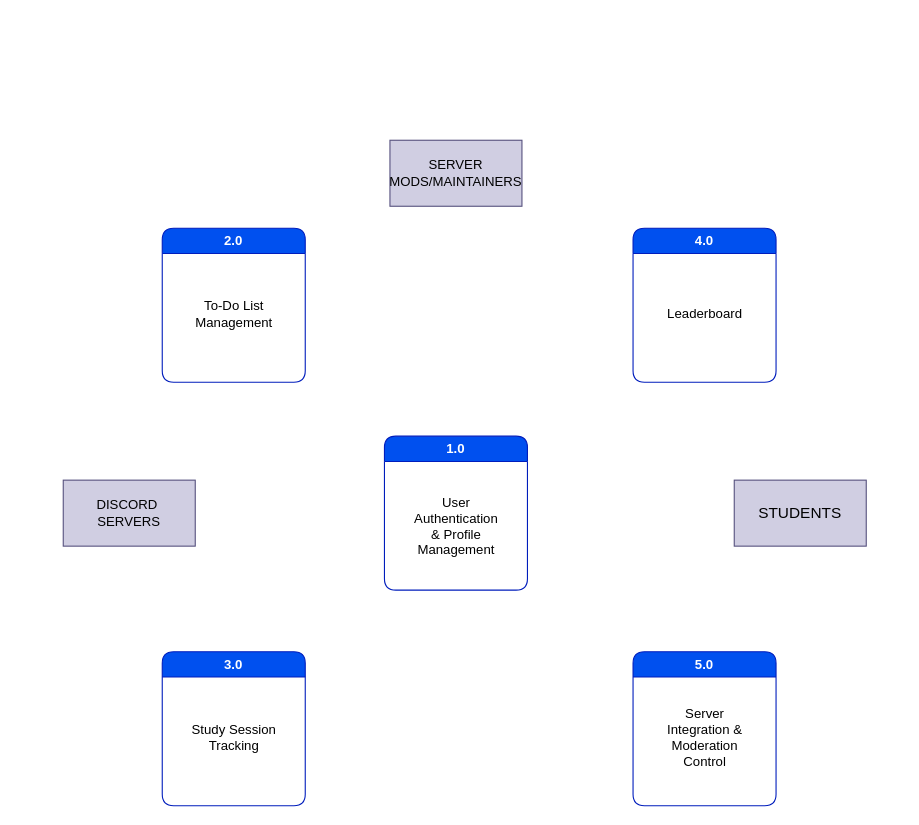
This is page "Level 0" (2 of 2) of Proactify Context Diagram.drawio from gordonn/proactify-study, a draw.io file, before an edit. Source tidied: cells renumbered, new cells numbered last; positions are measured from the earlier drawing's top-left corner, leaving out a move shared by most shapes. Both pictures are drawn from the tidied source at 110%, with x=0, y=0 at pixel (63, 140).
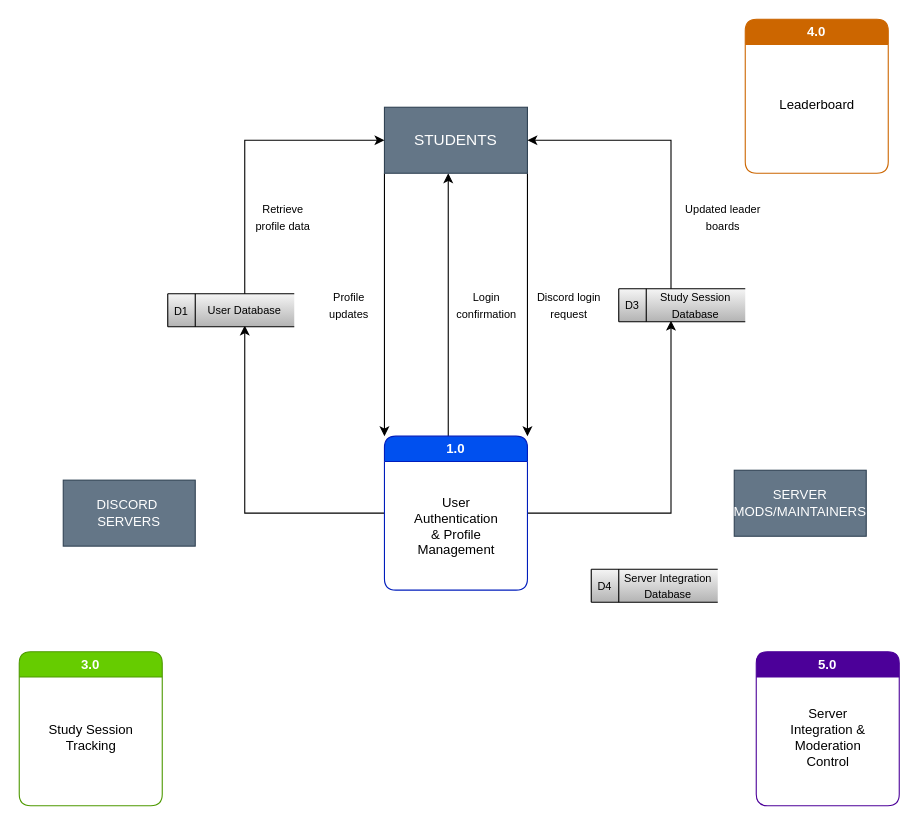
The same page after the edit.

The change refers to these unchanged cells:
```xml
<mxCell id="2" value="&lt;div&gt;1.0&lt;/div&gt;" style="swimlane;whiteSpace=wrap;html=1;rounded=1;fillColor=#0050ef;strokeColor=#001DBC;fontColor=#ffffff;" parent="1" vertex="1">
  <mxGeometry x="292" y="269" width="130" height="140" as="geometry" />
</mxCell>
```

Change to the diagram source:
```diff
@@
+    <mxCell id="15" style="edgeStyle=orthogonalEdgeStyle;rounded=0;jettySize=auto;html=1;exitX=0;exitY=0.5;exitDx=0;exitDy=0;entryX=0.5;entryY=1;entryDx=0;entryDy=0;" parent="1" edge="1" source="2" target="29">
+      <mxGeometry relative="1" as="geometry" />
+    </mxCell>
+    <mxCell id="16" style="edgeStyle=orthogonalEdgeStyle;rounded=0;jettySize=auto;html=1;exitX=1;exitY=0.5;exitDx=0;exitDy=0;entryX=0.25;entryY=1;entryDx=0;entryDy=0;" parent="1" edge="1" source="2" target="37">
+      <mxGeometry relative="1" as="geometry" />
+    </mxCell>
+    <mxCell id="17" style="edgeStyle=orthogonalEdgeStyle;rounded=0;orthogonalLoop=1;jettySize=auto;html=1;exitX=0.5;exitY=0;exitDx=0;exitDy=0;entryX=0.5;entryY=1;entryDx=0;entryDy=0;" parent="1" edge="1">
+      <mxGeometry relative="1" as="geometry">
+        <mxPoint x="350" y="269" as="sourcePoint" />
+        <mxPoint x="350" y="30" as="targetPoint" />
+      </mxGeometry>
+    </mxCell>
@@
-    <mxCell id="4" value="&lt;div&gt;2.0&lt;/div&gt;" style="swimlane;whiteSpace=wrap;html=1;rounded=1;fillColor=light-dark(#0050EF,#FF6666);strokeColor=light-dark(#001DBC,#FF6666);fontColor=#ffffff;" parent="1" vertex="1">
-      <mxGeometry x="90" y="80" width="130" height="140" as="geometry" />
-    </mxCell>
-    <mxCell id="5" value="To-Do List Management" style="text;html=1;whiteSpace=wrap;strokeColor=none;fillColor=none;align=center;verticalAlign=middle;rounded=0;" parent="4" vertex="1">
-      <mxGeometry x="22.5" y="48" width="85" height="59" as="geometry" />
-    </mxCell>
-    <mxCell id="6" value="&lt;div&gt;3.0&lt;/div&gt;" style="swimlane;whiteSpace=wrap;html=1;rounded=1;fillColor=light-dark(#0050EF,#99FF99);strokeColor=light-dark(#001DBC,#99FF99);fontColor=#ffffff;startSize=23;" parent="1" vertex="1">
-      <mxGeometry x="90" y="465" width="130" height="140" as="geometry" />
+    <mxCell id="6" value="&lt;div&gt;3.0&lt;/div&gt;" style="swimlane;whiteSpace=wrap;html=1;rounded=1;fillColor=light-dark(#66CC00,#99FF99);strokeColor=light-dark(#4D9900,#99FF99);fontColor=#ffffff;startSize=23;" parent="1" vertex="1">
+      <mxGeometry x="-40" y="465" width="130" height="140" as="geometry" />
     </mxCell>
@@
-    <mxCell id="8" value="&lt;div&gt;4.0&lt;/div&gt;" style="swimlane;whiteSpace=wrap;html=1;rounded=1;fillColor=light-dark(#0050EF,#CC99FF);strokeColor=light-dark(#001DBC,#CC99FF);fontColor=#ffffff;startSize=23;" parent="1" vertex="1">
-      <mxGeometry x="518" y="80" width="130" height="140" as="geometry" />
+    <mxCell id="8" value="&lt;div&gt;4.0&lt;/div&gt;" style="swimlane;whiteSpace=wrap;html=1;rounded=1;fillColor=light-dark(#CC6600,#CC99FF);strokeColor=light-dark(#CC6600,#CC99FF);fontColor=#ffffff;startSize=23;" parent="1" vertex="1">
+      <mxGeometry x="620" y="-110" width="130" height="140" as="geometry" />
     </mxCell>
@@
-    <mxCell id="10" value="&lt;div&gt;5.0&lt;/div&gt;" style="swimlane;whiteSpace=wrap;html=1;rounded=1;fillColor=light-dark(#0050EF,#FFFF99);strokeColor=light-dark(#001DBC,#FFFF99);fontColor=#ffffff;startSize=23;" parent="1" vertex="1">
-      <mxGeometry x="518" y="465" width="130" height="140" as="geometry" />
+    <mxCell id="10" value="&lt;div&gt;5.0&lt;/div&gt;" style="swimlane;whiteSpace=wrap;html=1;rounded=1;fillColor=light-dark(#4C0099,#FFFF99);strokeColor=light-dark(#4C0099,#FFFF99);fontColor=#ffffff;startSize=23;" parent="1" vertex="1">
+      <mxGeometry x="630" y="465" width="130" height="140" as="geometry" />
     </mxCell>
@@
+    <mxCell id="18" style="edgeStyle=orthogonalEdgeStyle;rounded=0;jettySize=auto;html=1;exitX=1;exitY=1;exitDx=0;exitDy=0;entryX=1;entryY=0;entryDx=0;entryDy=0;" parent="1" edge="1" source="12" target="2">
+      <mxGeometry relative="1" as="geometry" />
+    </mxCell>
+    <mxCell id="19" style="edgeStyle=orthogonalEdgeStyle;rounded=0;jettySize=auto;html=1;exitX=0;exitY=1;exitDx=0;exitDy=0;entryX=0;entryY=0;entryDx=0;entryDy=0;" parent="1" edge="1" source="12" target="2">
+      <mxGeometry relative="1" as="geometry" />
+    </mxCell>
-    <mxCell id="12" value="&lt;font style=&quot;font-size: 14px;&quot;&gt;STUDENTS&lt;/font&gt;" style="rounded=0;whiteSpace=wrap;html=1;fillColor=#d0cee2;strokeColor=#56517e;" parent="1" vertex="1">
-      <mxGeometry x="610" y="309" width="120" height="60" as="geometry" />
+    <mxCell id="12" value="&lt;font style=&quot;font-size: 14px;&quot;&gt;STUDENTS&lt;/font&gt;" style="rounded=0;whiteSpace=wrap;html=1;fillColor=#647687;strokeColor=#314354;fontColor=#ffffff;" parent="1" vertex="1">
+      <mxGeometry x="292" y="-30" width="130" height="60" as="geometry" />
     </mxCell>
-    <mxCell id="13" value="SERVER MODS/MAINTAINERS" style="rounded=0;whiteSpace=wrap;html=1;fillColor=#d0cee2;strokeColor=#56517e;" parent="1" vertex="1">
-      <mxGeometry x="297" width="120" height="60" as="geometry" />
+    <mxCell id="13" value="SERVER MODS/MAINTAINERS" style="rounded=0;whiteSpace=wrap;html=1;fillColor=#647687;strokeColor=#314354;fontColor=#ffffff;" parent="1" vertex="1">
+      <mxGeometry x="610" y="300" width="120" height="60" as="geometry" />
     </mxCell>
-    <mxCell id="14" value="&lt;div&gt;DISCORD&amp;nbsp;&lt;/div&gt;&lt;div&gt;SERVERS&lt;/div&gt;" style="rounded=0;whiteSpace=wrap;html=1;fillColor=#d0cee2;strokeColor=#56517e;" parent="1" vertex="1">
+    <mxCell id="14" value="&lt;div&gt;DISCORD&amp;nbsp;&lt;/div&gt;&lt;div&gt;SERVERS&lt;/div&gt;" style="rounded=0;whiteSpace=wrap;html=1;fillColor=#647687;strokeColor=#314354;fontColor=#ffffff;" parent="1" vertex="1">
       <mxGeometry y="309" width="120" height="60" as="geometry" />
     </mxCell>
+    <mxCell id="20" value="&lt;font style=&quot;font-size: 10px;&quot;&gt;Discord login request&lt;/font&gt;" style="text;html=1;whiteSpace=wrap;strokeColor=none;fillColor=none;align=center;verticalAlign=middle;rounded=0;" parent="1" vertex="1">
+      <mxGeometry x="420" y="130.5" width="80" height="39" as="geometry" />
+    </mxCell>
+    <mxCell id="21" value="&lt;font style=&quot;font-size: 10px;&quot;&gt;Login confirmation&lt;/font&gt;" style="text;html=1;whiteSpace=wrap;strokeColor=none;fillColor=none;align=center;verticalAlign=middle;rounded=0;" parent="1" vertex="1">
+      <mxGeometry x="350" y="130.5" width="70" height="39" as="geometry" />
+    </mxCell>
+    <mxCell id="22" style="group;" parent="1" vertex="1">
+      <mxGeometry x="95" y="139.5" width="115" height="30" as="geometry" />
+    </mxCell>
+    <mxCell id="23" style="rounded=0;whiteSpace=wrap;html=1;fillColor=#f5f5f5;strokeColor=none;gradientColor=#b3b3b3;" parent="22" vertex="1">
+      <mxGeometry width="115" height="30" as="geometry" />
+    </mxCell>
+    <mxCell id="24" style="endArrow=none;html=1;rounded=0;" parent="22" edge="1">
+      <mxGeometry relative="1" as="geometry">
+        <mxPoint y="30" as="sourcePoint" />
+        <mxPoint as="targetPoint" />
+      </mxGeometry>
+    </mxCell>
+    <mxCell id="25" style="endArrow=none;html=1;rounded=0;entryX=1;entryY=1;entryDx=0;entryDy=0;" parent="22" edge="1" target="23">
+      <mxGeometry relative="1" as="geometry">
+        <mxPoint y="30" as="sourcePoint" />
+      </mxGeometry>
+    </mxCell>
+    <mxCell id="26" style="endArrow=none;html=1;rounded=0;entryX=1;entryY=0;entryDx=0;entryDy=0;" parent="22" edge="1" target="23">
+      <mxGeometry relative="1" as="geometry">
+        <mxPoint as="sourcePoint" />
+      </mxGeometry>
+    </mxCell>
+    <mxCell id="27" style="endArrow=none;html=1;rounded=0;" parent="22" edge="1">
+      <mxGeometry relative="1" as="geometry">
+        <mxPoint x="25" y="30" as="sourcePoint" />
+        <mxPoint x="25" as="targetPoint" />
+      </mxGeometry>
+    </mxCell>
+    <mxCell id="28" value="&lt;font style=&quot;font-size: 10px;&quot;&gt;D1&lt;/font&gt;" style="text;html=1;whiteSpace=wrap;strokeColor=none;fillColor=none;align=center;verticalAlign=middle;rounded=0;" parent="22" vertex="1">
+      <mxGeometry y="0.5" width="25" height="29" as="geometry" />
+    </mxCell>
+    <mxCell id="29" value="&lt;font style=&quot;font-size: 10px;&quot;&gt;User Database&lt;/font&gt;" style="text;html=1;whiteSpace=wrap;strokeColor=none;fillColor=none;align=center;verticalAlign=middle;rounded=0;" parent="22" vertex="1">
+      <mxGeometry x="25" width="90" height="29" as="geometry" />
+    </mxCell>
+    <mxCell id="30" style="group;" parent="1" vertex="1">
+      <mxGeometry x="505" y="135" width="115" height="30" as="geometry" />
+    </mxCell>
+    <mxCell id="31" style="rounded=0;whiteSpace=wrap;html=1;fillColor=#f5f5f5;strokeColor=none;gradientColor=#b3b3b3;" parent="30" vertex="1">
+      <mxGeometry width="115" height="30" as="geometry" />
+    </mxCell>
+    <mxCell id="32" style="endArrow=none;html=1;rounded=0;" parent="30" edge="1">
+      <mxGeometry relative="1" as="geometry">
+        <mxPoint y="30" as="sourcePoint" />
+        <mxPoint as="targetPoint" />
+      </mxGeometry>
+    </mxCell>
+    <mxCell id="33" style="endArrow=none;html=1;rounded=0;entryX=1;entryY=1;entryDx=0;entryDy=0;" parent="30" edge="1" target="31">
+      <mxGeometry relative="1" as="geometry">
+        <mxPoint y="30" as="sourcePoint" />
+      </mxGeometry>
+    </mxCell>
+    <mxCell id="34" style="endArrow=none;html=1;rounded=0;entryX=1;entryY=0;entryDx=0;entryDy=0;" parent="30" edge="1" target="31">
+      <mxGeometry relative="1" as="geometry">
+        <mxPoint as="sourcePoint" />
+      </mxGeometry>
+    </mxCell>
+    <mxCell id="35" style="endArrow=none;html=1;rounded=0;" parent="30" edge="1">
+      <mxGeometry relative="1" as="geometry">
+        <mxPoint x="25" y="30" as="sourcePoint" />
+        <mxPoint x="25" as="targetPoint" />
+      </mxGeometry>
+    </mxCell>
+    <mxCell id="36" value="&lt;font style=&quot;font-size: 10px;&quot;&gt;D3&lt;/font&gt;" style="text;html=1;whiteSpace=wrap;strokeColor=none;fillColor=none;align=center;verticalAlign=middle;rounded=0;" parent="30" vertex="1">
+      <mxGeometry y="0.5" width="25" height="29" as="geometry" />
+    </mxCell>
+    <mxCell id="37" value="&lt;font style=&quot;font-size: 10px;&quot;&gt;Study Session Database&lt;/font&gt;" style="text;html=1;whiteSpace=wrap;strokeColor=none;fillColor=none;align=center;verticalAlign=middle;rounded=0;" parent="30" vertex="1">
+      <mxGeometry x="25" width="90" height="29" as="geometry" />
+    </mxCell>
+    <mxCell id="38" style="group;" parent="1" vertex="1">
+      <mxGeometry x="480" y="390" width="115" height="30" as="geometry" />
+    </mxCell>
+    <mxCell id="39" style="rounded=0;whiteSpace=wrap;html=1;fillColor=#f5f5f5;strokeColor=none;gradientColor=#b3b3b3;" parent="38" vertex="1">
+      <mxGeometry width="115" height="30" as="geometry" />
+    </mxCell>
+    <mxCell id="40" style="endArrow=none;html=1;rounded=0;" parent="38" edge="1">
+      <mxGeometry relative="1" as="geometry">
+        <mxPoint y="30" as="sourcePoint" />
+        <mxPoint as="targetPoint" />
+      </mxGeometry>
+    </mxCell>
+    <mxCell id="41" style="endArrow=none;html=1;rounded=0;entryX=1;entryY=1;entryDx=0;entryDy=0;" parent="38" edge="1" target="39">
+      <mxGeometry relative="1" as="geometry">
+        <mxPoint y="30" as="sourcePoint" />
+      </mxGeometry>
+    </mxCell>
+    <mxCell id="42" style="endArrow=none;html=1;rounded=0;entryX=1;entryY=0;entryDx=0;entryDy=0;" parent="38" edge="1" target="39">
+      <mxGeometry relative="1" as="geometry">
+        <mxPoint as="sourcePoint" />
+      </mxGeometry>
+    </mxCell>
+    <mxCell id="43" style="endArrow=none;html=1;rounded=0;" parent="38" edge="1">
+      <mxGeometry relative="1" as="geometry">
+        <mxPoint x="25" y="30" as="sourcePoint" />
+        <mxPoint x="25" as="targetPoint" />
+      </mxGeometry>
+    </mxCell>
+    <mxCell id="44" value="&lt;font style=&quot;font-size: 10px;&quot;&gt;D4&lt;/font&gt;" style="text;html=1;whiteSpace=wrap;strokeColor=none;fillColor=none;align=center;verticalAlign=middle;rounded=0;" parent="38" vertex="1">
+      <mxGeometry y="0.5" width="25" height="29" as="geometry" />
+    </mxCell>
+    <mxCell id="45" value="&lt;font style=&quot;font-size: 10px;&quot;&gt;Server Integration Database&lt;/font&gt;" style="text;html=1;whiteSpace=wrap;strokeColor=none;fillColor=none;align=center;verticalAlign=middle;rounded=0;" parent="38" vertex="1">
+      <mxGeometry x="25" width="90" height="29" as="geometry" />
+    </mxCell>
+    <mxCell id="46" value="&lt;font style=&quot;font-size: 10px;&quot;&gt;Profile updates&lt;/font&gt;" style="text;html=1;whiteSpace=wrap;strokeColor=none;fillColor=none;align=center;verticalAlign=middle;rounded=0;" parent="1" vertex="1">
+      <mxGeometry x="230" y="130.5" width="60" height="39" as="geometry" />
+    </mxCell>
+    <mxCell id="47" style="edgeStyle=orthogonalEdgeStyle;rounded=0;jettySize=auto;html=1;exitX=0.5;exitY=0;exitDx=0;exitDy=0;entryX=0;entryY=0.5;entryDx=0;entryDy=0;" parent="1" edge="1" source="29" target="12">
+      <mxGeometry relative="1" as="geometry" />
+    </mxCell>
+    <mxCell id="48" value="&lt;font style=&quot;font-size: 10px;&quot;&gt;Retrieve profile data&lt;/font&gt;" style="text;html=1;whiteSpace=wrap;strokeColor=none;fillColor=none;align=center;verticalAlign=middle;rounded=0;" parent="1" vertex="1">
+      <mxGeometry x="170" y="50" width="60" height="39" as="geometry" />
+    </mxCell>
+    <mxCell id="49" style="edgeStyle=orthogonalEdgeStyle;rounded=0;jettySize=auto;html=1;exitX=0.25;exitY=0;exitDx=0;exitDy=0;entryX=1;entryY=0.5;entryDx=0;entryDy=0;" parent="1" edge="1" source="37" target="12">
+      <mxGeometry relative="1" as="geometry" />
+    </mxCell>
+    <mxCell id="50" value="&lt;font style=&quot;font-size: 10px;&quot;&gt;Updated leader boards&lt;/font&gt;" style="text;html=1;whiteSpace=wrap;strokeColor=none;fillColor=none;align=center;verticalAlign=middle;rounded=0;" parent="1" vertex="1">
+      <mxGeometry x="560" y="50" width="80" height="39" as="geometry" />
+    </mxCell>
```
